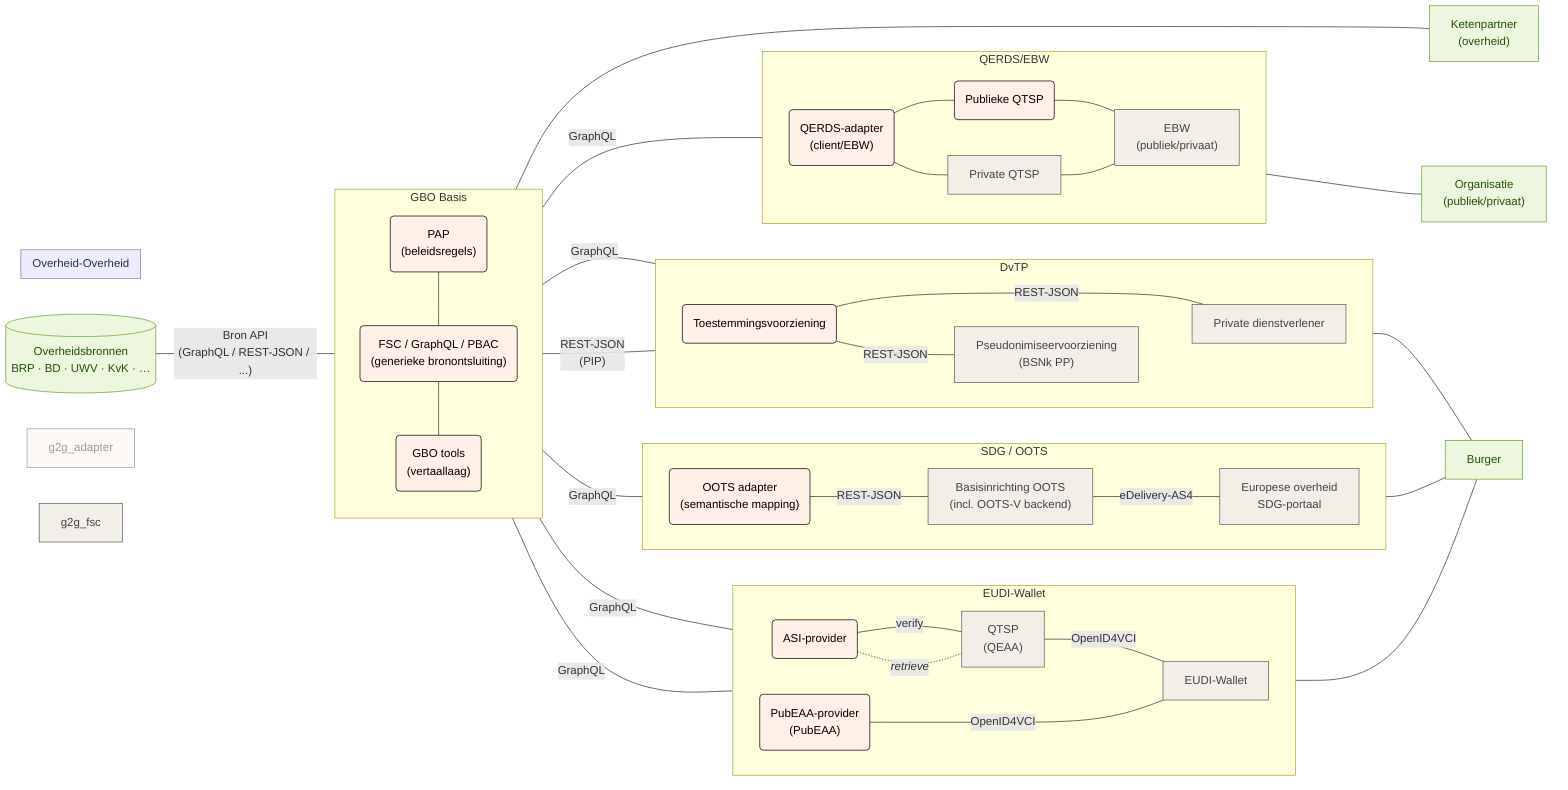
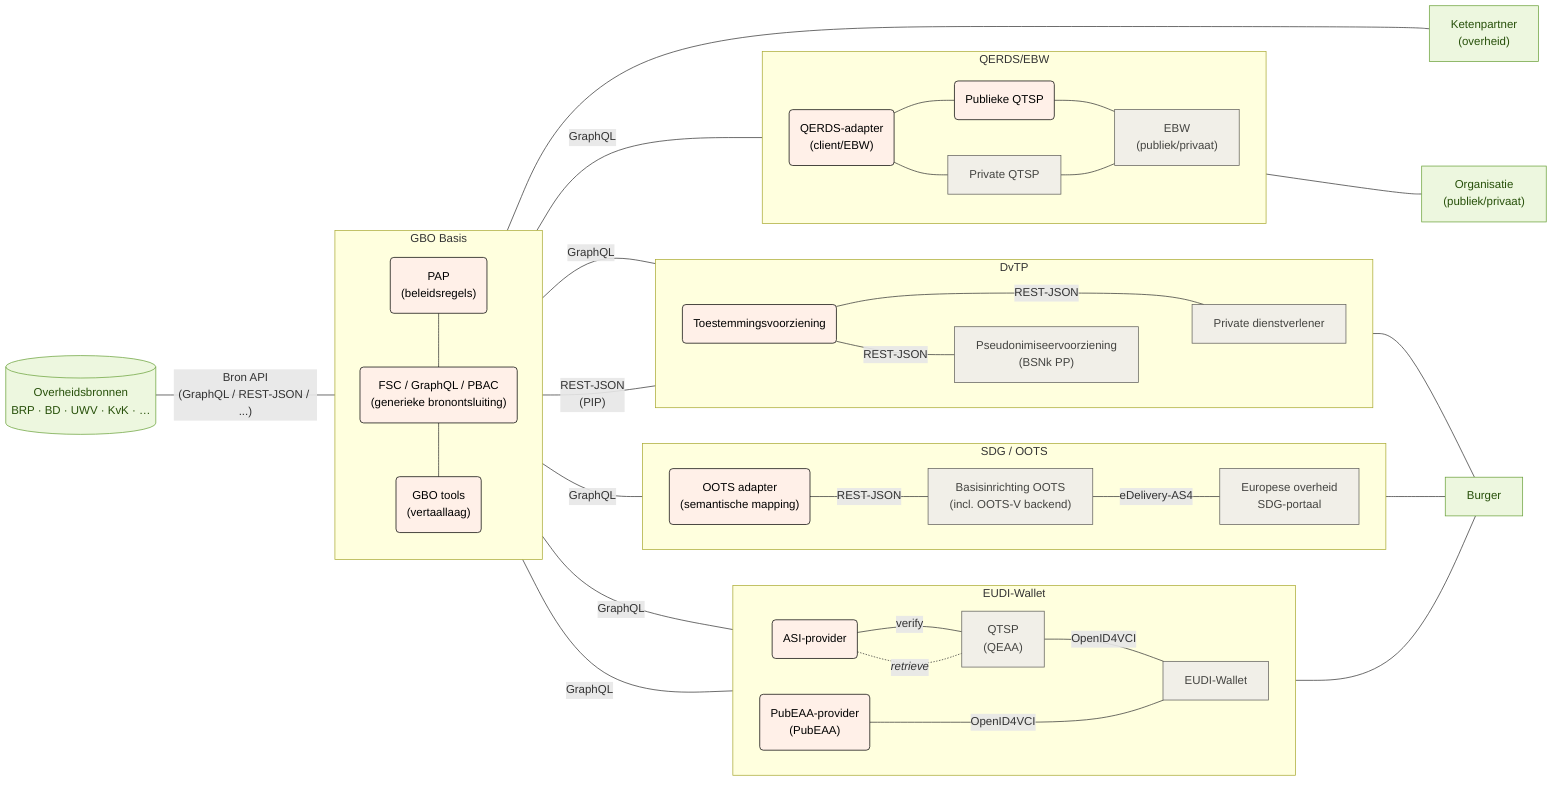
flowchart LR
  subgraph gbo["GBO Basis"]
    direction TB
        fsc_pap("PAP<br/>(beleidsregels)")
        fsc("FSC / GraphQL / PBAC<br/>(generieke bronontsluiting)")
        fsc_tools("GBO tools<br/>(vertaallaag)")
  end
  subgraph eudi["EUDI-Wallet"]
    direction LR
        eudi_asi("ASI-provider")
        eudi_pubeaa("PubEAA-provider<br/>(PubEAA)")
        eudi_qeaa["QTSP<br/>(QEAA)"]
        eudi_wallet["EUDI-Wallet"]
  end
  subgraph oots["SDG / OOTS"]
    direction LR
        oots_adapter("OOTS adapter<br/>(semantische mapping)")
        oots_basis["Basisinrichting OOTS<br/>(incl. OOTS-V backend)"]
        oots_afnemer["Europese overheid<br/>SDG-portaal"]
  end
  subgraph dvtp["DvTP"]
    direction LR
        dvtp_toestemming("Toestemmingsvoorziening")
        dvtp_pseudoniem["Pseudonimiseervoorziening<br/>(BSNk PP)"]
        dvtp_afnemer["Private dienstverlener"]
  end
  subgraph ebw["QERDS/EBW"]
     direction LR
        ebw_qerds_adapter("QERDS-adapter<br/>(client/EBW)")
        ebw_pub_qtsp("Publieke QTSP")
        ebw_qtsp["Private QTSP"]
        ebw_wallet["EBW<br/>(publiek/privaat)"]
  end
-   subgraph g2g["Overheid-Overheid"]
-      direction LR
-   end

  fsc_pap --- fsc
  fsc --- fsc_tools
  bron[("Overheidsbronnen<br/>BRP · BD · UWV · KvK · …")] -- Bron API<br/>(GraphQL / REST-JSON / ...) --- gbo
  eudi_asi -- verify --- eudi_qeaa
  eudi_asi -. "`*retrieve*`" .- eudi_qeaa
  eudi_qeaa -- OpenID4VCI --- eudi_wallet
  gbo -- GraphQL --- eudi_asi & eudi_pubeaa & oots_adapter & dvtp_afnemer & ebw_qerds_adapter
  eudi_pubeaa -- OpenID4VCI ---- eudi_wallet
  oots_adapter -- REST-JSON --- oots_basis
  oots_basis -- eDelivery-AS4 --- oots_afnemer
  gbo -- REST-JSON<br/>(PIP) --- dvtp_toestemming
  dvtp_toestemming -- REST-JSON --- dvtp_afnemer
  dvtp_toestemming -- REST-JSON --- dvtp_pseudoniem
  dvtp_pseudoniem ~~~ dvtp_afnemer
  ebw_qerds_adapter --- ebw_pub_qtsp --- ebw_wallet
  ebw_qerds_adapter --- ebw_qtsp --- ebw_wallet
  eudi_wallet --- burger["Burger"]
  oots_afnemer --- burger
  dvtp_afnemer --- burger
  ebw_wallet --- organisatie["Organisatie<br/>(publiek/privaat)"]
  ebw_wallet ~~~ overheid["Ketenpartner<br/>(overheid)"]
  gbo  --- overheid["Ketenpartner<br/>(overheid)"]

  fsc_pap:::gbo
  fsc:::gbo
  fsc_tools:::gbo
-   g2g_adapter:::gbo_opt
-   g2g_fsc:::overheid
  ebw_qerds_adapter:::gbo
  ebw_pub_qtsp:::gbo
  ebw_qtsp:::eudi
  ebw_wallet:::eudi
  eudi_asi:::gbo
  eudi_pubeaa:::gbo
  eudi_qeaa:::eudi
  eudi_wallet:::eudi
  oots_adapter:::gbo
  oots_basis:::oots
  oots_afnemer:::oots
  dvtp_toestemming:::gbo
  dvtp_pseudoniem:::dvtp
  dvtp_afnemer:::dvtp
  bron:::bron
  burger:::afnemer
  organisatie:::afnemer
  overheid:::afnemer

  classDef bron fill:#edf7df,stroke:#6aa13a,color:#27500a
  classDef generiek fill:#f1efe8,stroke:#5f5e5a,color:#444441
  classDef eudi fill:#f1efe8,stroke:#5f5e5a,color:#444441
  classDef oots fill:#f1efe8,stroke:#5f5e5a,color:#444441
  classDef dvtp fill:#f1efe8,stroke:#5f5e5a,color:#444441
  classDef overheid fill:#f1efe8,stroke:#5f5e5a,color:#444441
  classDef gbo fill:#fff0e8,stroke:#000000,color:#000000
  classDef gbo_opt fill:#FFF9F5,stroke:#9C9C9C,color:#9C9C9C
  classDef afnemer fill:#edf7df,stroke:#6aa13a,color:#27500a
